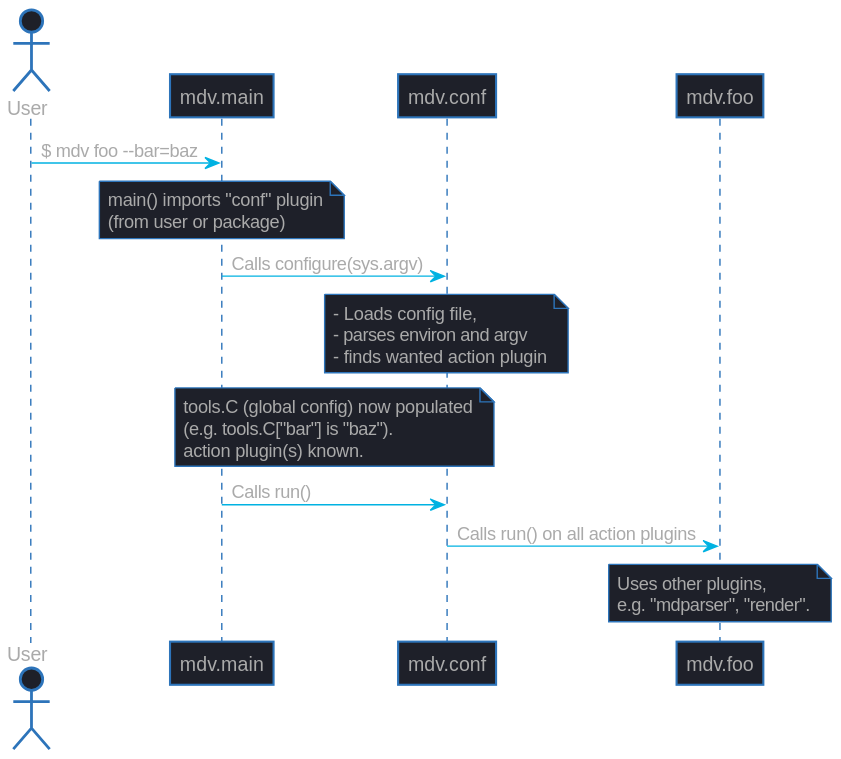
The PlantUML diagram docs/dev/img/k1.svg in AXGKl/terminal_markdown_viewer, before a commit. The source it was exported from:
```plantuml
@startuml
skinparam shadowing false
skinparam backgroundcolor transparent
skinparam DefaultFontName Arial
skinparam ArrowColor #00b2e2
skinparam DefaultFontColor #aaa
skinparam ActivityBorderColor #2D74BA
skinparam ActivityDiamondBorderColor #2D74BA
skinparam ActorBorderColor #2D74BA
skinparam AgentBorderColor #2D74BA
skinparam ArtifactBorderColor #2D74BA
skinparam BoundaryBorderColor #2D74BA
skinparam CardBorderColor #2D74BA
skinparam ClassBorderColor #2D74BA
skinparam CloudBorderColor #2D74BA
skinparam CollectionsBorderColor #2D74BA
skinparam ComponentBorderColor #2D74BA
skinparam ControlBorderColor #2D74BA
skinparam DatabaseBorderColor #2D74BA
skinparam EntityBorderColor #2D74BA
skinparam FileBorderColor #2D74BA
skinparam FolderBorderColor #2D74BA
skinparam FrameBorderColor #2D74BA
skinparam InterfaceBorderColor #2D74BA
skinparam LegendBorderColor #2D74BA
skinparam NodeBorderColor #2D74BA
skinparam NoteBorderColor #2D74BA
skinparam ObjectBorderColor #2D74BA
skinparam PackageBorderColor #2D74BA
skinparam PageBorderColor #2D74BA
skinparam ParticipantBorderColor #2D74BA
skinparam PartitionBorderColor #2D74BA
skinparam QueueBorderColor #2D74BA
skinparam RectangleBorderColor #2D74BA
skinparam SequenceBoxBorderColor #2D74BA
skinparam SequenceDividerBorderColor #2D74BA
skinparam SequenceGroupBorderColor #2D74BA
skinparam SequenceLifeLineBorderColor #2D74BA
skinparam SequenceReferenceBorderColor #2D74BA
skinparam StackBorderColor #2D74BA
skinparam StateBorderColor #2D74BA
skinparam StereotypeABorderColor #2D74BA
skinparam StereotypeCBorderColor #2D74BA
skinparam StereotypeEBorderColor #2D74BA
skinparam StereotypeIBorderColor #2D74BA
skinparam StereotypeNBorderColor #2D74BA
skinparam StorageBorderColor #2D74BA
skinparam SwimlaneBorderColor #2D74BA
skinparam UsecaseBorderColor #2D74BA

skinparam ActivityBackgroundColor #1e2029
skinparam ActivityDiamondBackgroundColor #1e2029
skinparam ActorBackgroundColor #1e2029
skinparam AgentBackgroundColor #1e2029
skinparam ArtifactBackgroundColor #1e2029
skinparam BoundaryBackgroundColor #1e2029
skinparam CardBackgroundColor #1e2029
skinparam ClassBackgroundColor #1e2029
skinparam ClassHeaderBackgroundColor #1e2029
skinparam CloudBackgroundColor #1e2029
skinparam CollectionsBackgroundColor #1e2029
skinparam ComponentBackgroundColor #1e2029
skinparam ControlBackgroundColor #1e2029
skinparam DatabaseBackgroundColor #1e2029
skinparam EntityBackgroundColor #1e2029
skinparam FileBackgroundColor #1e2029
skinparam FolderBackgroundColor #1e2029
skinparam FrameBackgroundColor #1e2029
skinparam IconPackageBackgroundColor #1e2029
skinparam IconPrivateBackgroundColor #1e2029
skinparam IconProtectedBackgroundColor #1e2029
skinparam IconPublicBackgroundColor #1e2029
skinparam InterfaceBackgroundColor #1e2029
skinparam LegendBackgroundColor #1e2029
skinparam NodeBackgroundColor #1e2029
skinparam NoteBackgroundColor #1e2029
skinparam ObjectBackgroundColor #1e2029
skinparam PackageBackgroundColor #1e2029
skinparam ParticipantBackgroundColor #1e2029
skinparam PartitionBackgroundColor #1e2029
skinparam QueueBackgroundColor #1e2029
skinparam RectangleBackgroundColor #1e2029
skinparam SequenceBoxBackgroundColor #1e2029
skinparam SequenceDividerBackgroundColor #1e2029
skinparam SequenceGroupBackgroundColor #1e2029
skinparam SequenceGroupBodyBackgroundColor #1e2029
skinparam SequenceLifeLineBackgroundColor #1e2029
skinparam SequenceReferenceBackgroundColor #1e2029
skinparam SequenceReferenceHeaderBackgroundColor #1e2029
skinparam StackBackgroundColor #1e2029
skinparam StateBackgroundColor #1e2029
skinparam StereotypeABackgroundColor #1e2029
skinparam StereotypeCBackgroundColor #1e2029
skinparam StereotypeEBackgroundColor #1e2029
skinparam StereotypeIBackgroundColor #1e2029
skinparam StereotypeNBackgroundColor #1e2029
skinparam StorageBackgroundColor #1e2029
skinparam TitleBackgroundColor #1e2029
skinparam UsecaseBackgroundColor #1e2029

skinparam ActivityStartColor #454645
skinparam ActivityEndColor #454645
skinparam StateStartColor #454645
skinparam StateEndColor #454645

skinparam shadowing false
skinparam DefaultFontName Arial
skinparam ArrowColor #00b2e2
skinparam DefaultFontColor #aaa

skinparam ActivityBorderColor #2D74BA
skinparam ActivityDiamondBorderColor #2D74BA
skinparam ActorBorderColor #2D74BA
skinparam AgentBorderColor #2D74BA
skinparam ArtifactBorderColor #2D74BA
skinparam BoundaryBorderColor #2D74BA
skinparam CardBorderColor #2D74BA
skinparam ClassBorderColor #2D74BA
skinparam CloudBorderColor #2D74BA
skinparam CollectionsBorderColor #2D74BA
skinparam ComponentBorderColor #2D74BA
skinparam ControlBorderColor #2D74BA
skinparam DatabaseBorderColor #2D74BA
skinparam EntityBorderColor #2D74BA
skinparam FileBorderColor #2D74BA
skinparam FolderBorderColor #2D74BA
skinparam FrameBorderColor #2D74BA
skinparam InterfaceBorderColor #2D74BA
skinparam LegendBorderColor #2D74BA
skinparam NodeBorderColor #2D74BA
skinparam NoteBorderColor #2D74BA
skinparam ObjectBorderColor #2D74BA
skinparam PackageBorderColor #2D74BA
skinparam PageBorderColor #2D74BA
skinparam ParticipantBorderColor #2D74BA
skinparam PartitionBorderColor #2D74BA
skinparam QueueBorderColor #2D74BA
skinparam RectangleBorderColor #2D74BA
skinparam SequenceBoxBorderColor #2D74BA
skinparam SequenceDividerBorderColor #2D74BA
skinparam SequenceGroupBorderColor #2D74BA
skinparam SequenceLifeLineBorderColor #2D74BA
skinparam SequenceReferenceBorderColor #2D74BA
skinparam StackBorderColor #2D74BA
skinparam StateBorderColor #2D74BA
skinparam StereotypeABorderColor #2D74BA
skinparam StereotypeCBorderColor #2D74BA
skinparam StereotypeEBorderColor #2D74BA
skinparam StereotypeIBorderColor #2D74BA
skinparam StereotypeNBorderColor #2D74BA
skinparam StorageBorderColor #2D74BA
skinparam SwimlaneBorderColor #2D74BA
skinparam UsecaseBorderColor #2D74BA

skinparam ActivityBackgroundColor #1e2029
skinparam ActivityDiamondBackgroundColor #1e2029
skinparam ActorBackgroundColor #1e2029
skinparam AgentBackgroundColor #1e2029
skinparam ArtifactBackgroundColor #1e2029
skinparam BoundaryBackgroundColor #1e2029
skinparam CardBackgroundColor #1e2029
skinparam ClassBackgroundColor #1e2029
skinparam ClassHeaderBackgroundColor #1e2029
skinparam CloudBackgroundColor #1e2029
skinparam CollectionsBackgroundColor #1e2029
skinparam ComponentBackgroundColor #1e2029
skinparam ControlBackgroundColor #1e2029
skinparam DatabaseBackgroundColor #1e2029
skinparam EntityBackgroundColor #1e2029
skinparam FileBackgroundColor #1e2029
skinparam FolderBackgroundColor #1e2029
skinparam FrameBackgroundColor #1e2029
skinparam HyperlinkColor #999999
skinparam HyperlinkUnderline false
skinparam IconPackageBackgroundColor #1e2029
skinparam IconPrivateBackgroundColor #1e2029
skinparam IconProtectedBackgroundColor #1e2029
skinparam IconPublicBackgroundColor #1e2029
skinparam InterfaceBackgroundColor #1e2029
skinparam LegendBackgroundColor #1e2029
skinparam NodeBackgroundColor #1e2029
skinparam NoteBackgroundColor #1e2029
skinparam ObjectBackgroundColor #1e2029
skinparam PackageBackgroundColor #1e2029
skinparam ParticipantBackgroundColor #1e2029
skinparam PartitionBackgroundColor #1e2029
skinparam QueueBackgroundColor #1e2029
skinparam RectangleBackgroundColor #1e2029
skinparam SequenceBoxBackgroundColor #1e2029
skinparam SequenceDividerBackgroundColor #1e2029
skinparam SequenceGroupBackgroundColor #1e2029
skinparam SequenceGroupBodyBackgroundColor #1e2029
skinparam SequenceLifeLineBackgroundColor #1e2029
skinparam SequenceReferenceBackgroundColor #1e2029
skinparam SequenceReferenceHeaderBackgroundColor #1e2029
skinparam StackBackgroundColor #1e2029
skinparam StateBackgroundColor #1e2029
skinparam StereotypeABackgroundColor #1e2029
skinparam StereotypeCBackgroundColor #1e2029
skinparam StereotypeEBackgroundColor #1e2029
skinparam StereotypeIBackgroundColor #1e2029
skinparam StereotypeNBackgroundColor #1e2029
skinparam StorageBackgroundColor #1e2029
skinparam TitleBackgroundColor #1e2029
skinparam UsecaseBackgroundColor #1e2029

skinparam ActivityStartColor #454645
skinparam ActivityEndColor #454645
skinparam StateStartColor #454645
skinparam StateEndColor #454645

actor User as u
participant mdv.main as mdv
participant mdv.conf as conf
participant mdv.foo as view

u->mdv: $ mdv foo --bar=baz
note over mdv: main() imports "conf" plugin\n(from user or package)
mdv->conf: Calls configure(sys.argv)
note over conf: - Loads config file,\n- parses environ and argv\n- finds wanted action plugin
note over mdv, conf: tools.C (global config) now populated\n(e.g. tools.C["bar"] is "baz").\naction plugin(s) known.
mdv->conf: Calls run()
conf->view: Calls run() on all action plugins
note over view: Uses other plugins,\ne.g. "mdparser", "render".
@enduml
```
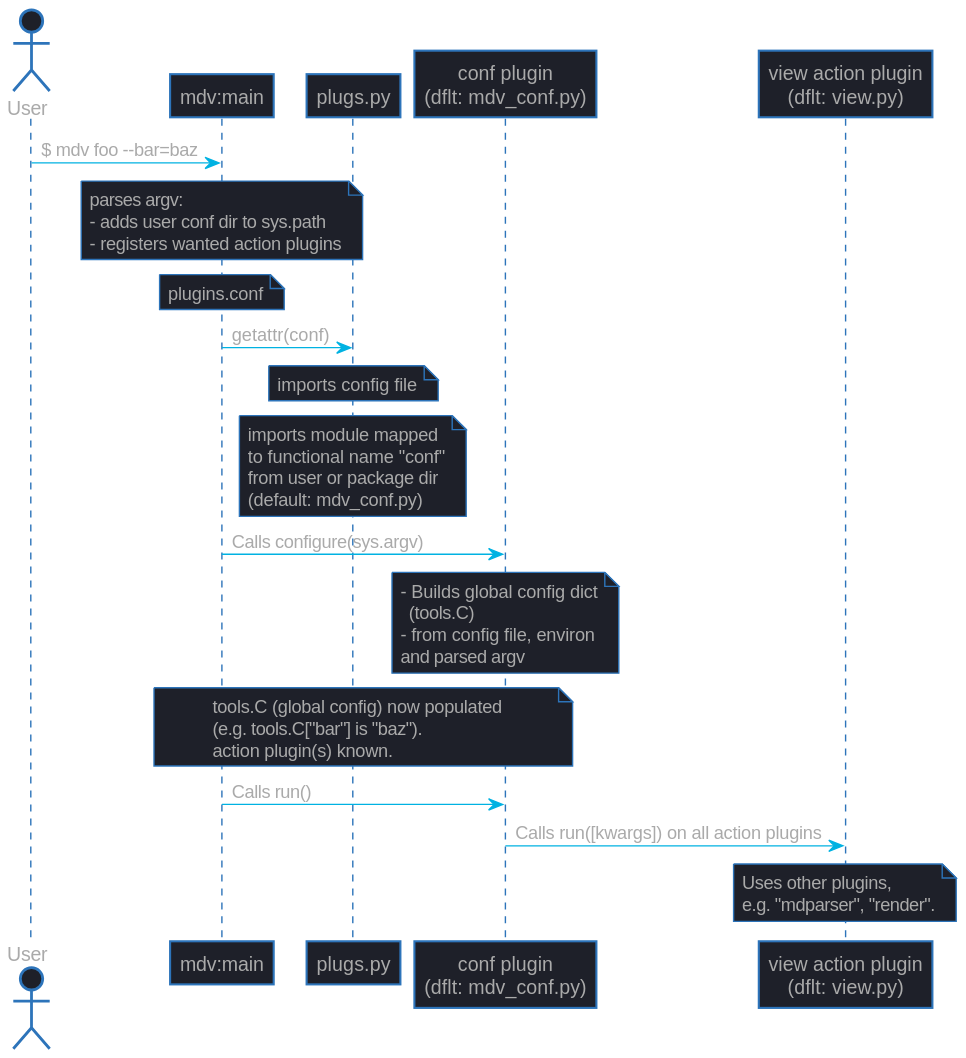
The same file after the commit.

Diff of the diagram source:
```diff
@@ -210,16 +210,20 @@
 skinparam StateEndColor #454645
 
 actor User as u
-participant mdv.main as mdv
-participant mdv.conf as conf
-participant mdv.foo as view
-
+participant "mdv:main" as mdv
+participant plugs.py as plugs
+participant "conf plugin\n(dflt: mdv_conf.py)" as conf
+participant "view action plugin\n(dflt: view.py)" as view
 u->mdv: $ mdv foo --bar=baz
-note over mdv: main() imports "conf" plugin\n(from user or package)
+note over mdv: parses argv:\n- adds user conf dir to sys.path\n- registers wanted action plugins
+note over mdv: plugins.conf
+mdv->plugs: getattr(conf)
+note over plugs: imports config file
+note over plugs: imports module mapped\nto functional name "conf"\nfrom user or package dir\n(default: mdv_conf.py)
 mdv->conf: Calls configure(sys.argv)
-note over conf: - Loads config file,\n- parses environ and argv\n- finds wanted action plugin
+note over conf: - Builds global config dict\n  (tools.C)\n- from config file, environ\nand parsed argv
 note over mdv, conf: tools.C (global config) now populated\n(e.g. tools.C["bar"] is "baz").\naction plugin(s) known.
 mdv->conf: Calls run()
-conf->view: Calls run() on all action plugins
+conf->view: Calls run([kwargs]) on all action plugins
 note over view: Uses other plugins,\ne.g. "mdparser", "render".
 @enduml
```
